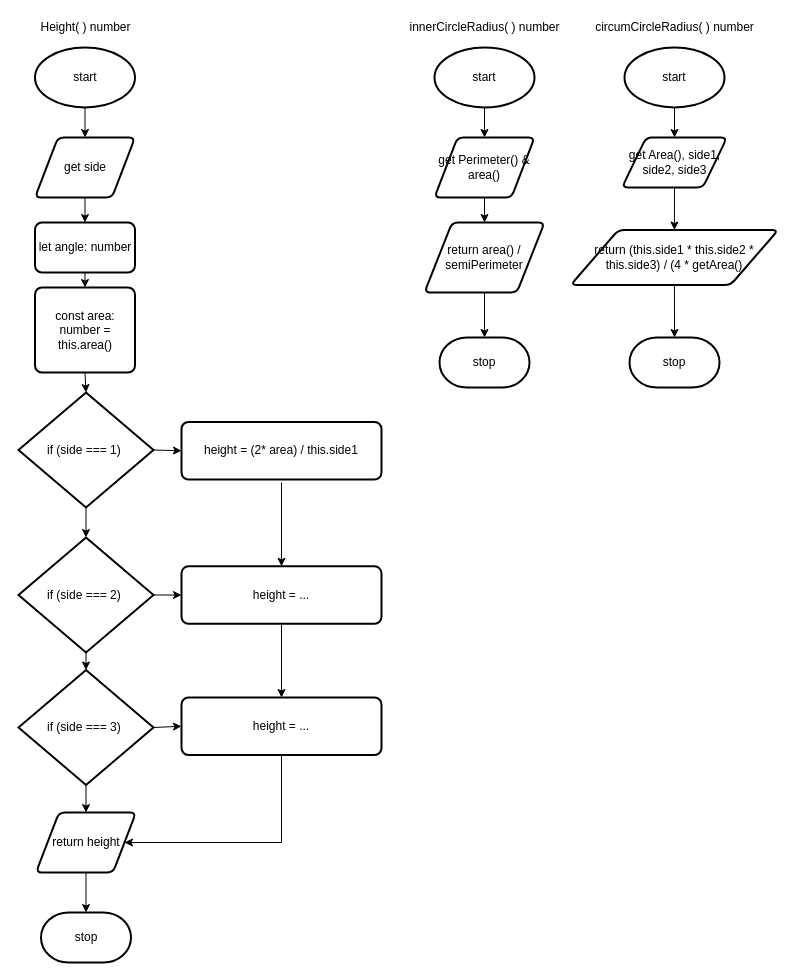
This is method2.drawio from Seti-Ngabo/ics4u-assignment-03-typescript, a draw.io file, before an edit. Source tidied: cells renumbered, new cells numbered last; positions are measured from the earlier drawing's top-left corner, leaving out a move shared by most shapes. Both pictures are drawn from the tidied source at 100%, with x=0, y=0 at pixel (18, 17).
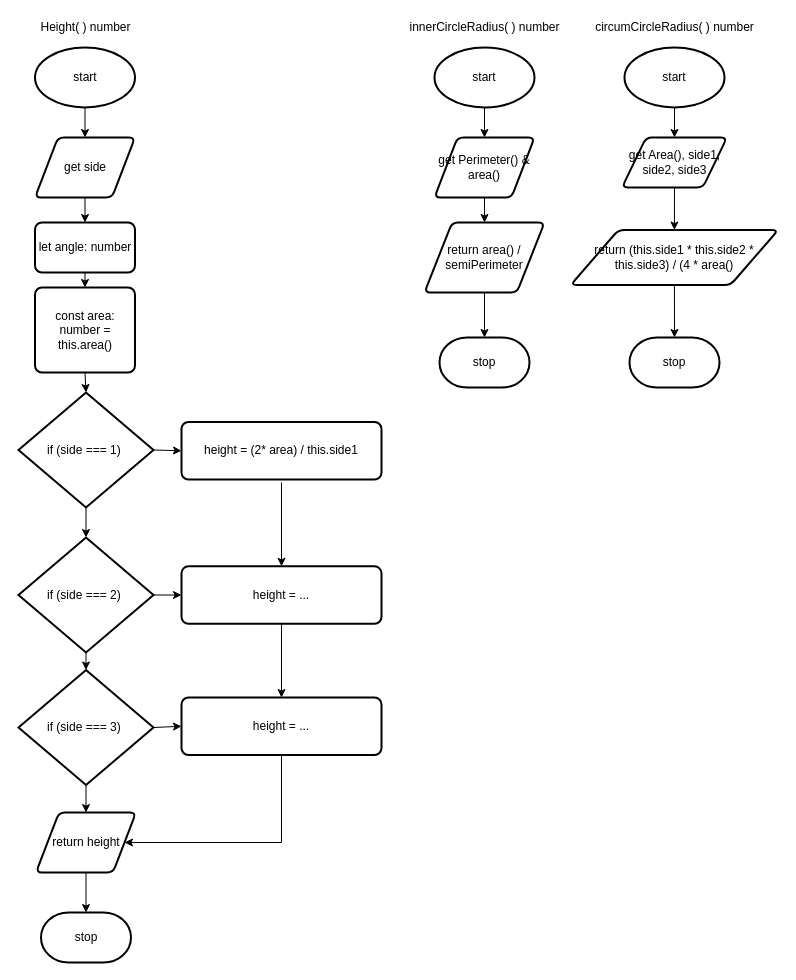
The same page after the edit.

Diff of the diagram source:
```diff
@@
-    <mxCell id="43" value="return (this.side1 * this.side2 * this.side3) / (4 * getArea()" style="shape=parallelogram;html=1;strokeWidth=2;perimeter=parallelogramPerimeter;whiteSpace=wrap;rounded=1;arcSize=12;size=0.23;" parent="1" vertex="1">
+    <mxCell id="43" value="return (this.side1 * this.side2 * this.side3) / (4 * area()" style="shape=parallelogram;html=1;strokeWidth=2;perimeter=parallelogramPerimeter;whiteSpace=wrap;rounded=1;arcSize=12;size=0.23;" parent="1" vertex="1">
       <mxGeometry x="552.2" y="212.5" width="207.5" height="55" as="geometry" />
     </mxCell>
```
